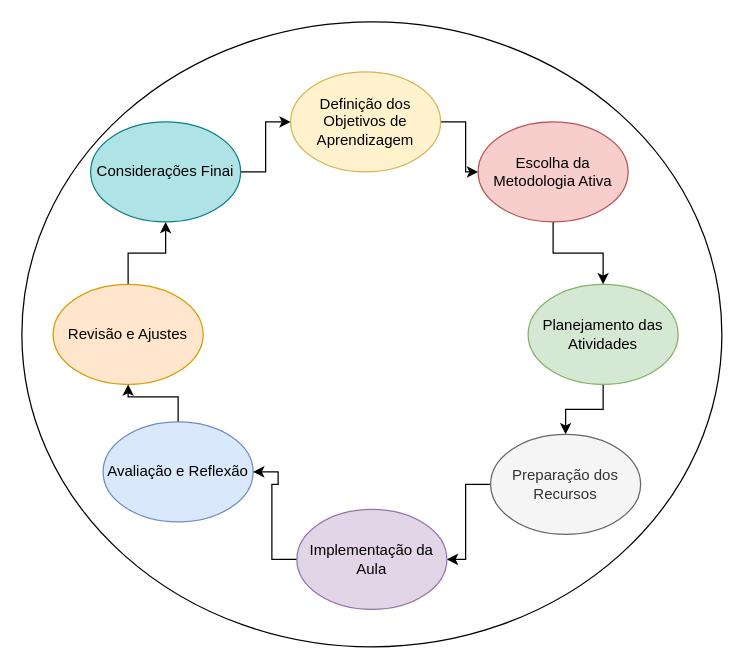
Above: etapas do plano de aula.drawio in RosianeSangali/RosianeSangali (draw.io), before the change. Source tidied: cells renumbered, new cells numbered last; positions are measured from the earlier drawing's top-left corner, leaving out a move shared by most shapes. Both pictures are drawn from the tidied source at 125%, with x=0, y=0 at pixel (21, 21).
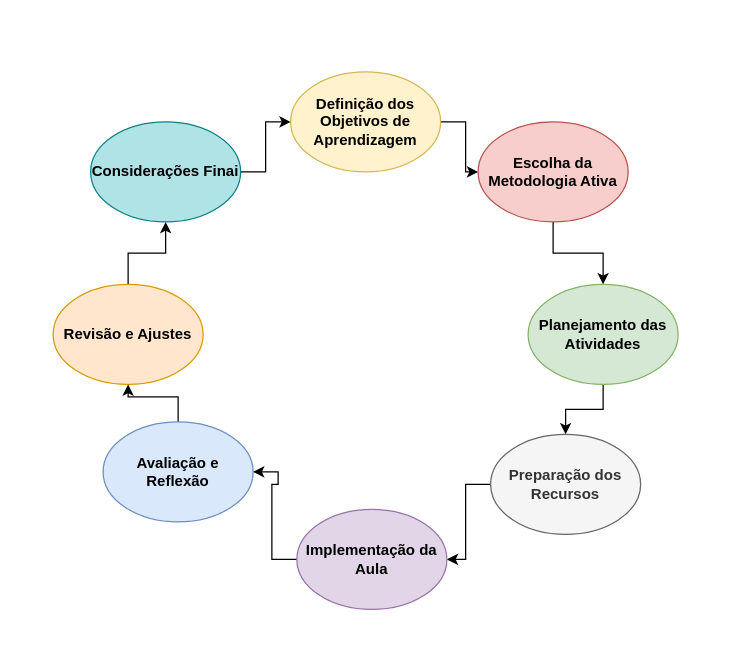
Above is the later version.

What changed in the source:
```diff
@@
 <mxGraphModel>
   <root>
     <mxCell id="0" />
     <mxCell id="1" parent="0" />
-    <mxCell id="2" style="ellipse;whiteSpace=wrap;html=1;" parent="1" vertex="1">
-      <mxGeometry width="560" height="500" as="geometry" />
-    </mxCell>
     <mxCell id="3" style="edgeStyle=orthogonalEdgeStyle;rounded=0;jettySize=auto;html=1;" parent="1" edge="1" source="4" target="8">
       <mxGeometry relative="1" as="geometry" />
     </mxCell>
-    <mxCell id="4" value="Definição dos Objetivos de Aprendizagem" style="ellipse;whiteSpace=wrap;html=1;fillColor=#fff2cc;strokeColor=#d6b656;" parent="1" vertex="1">
+    <mxCell id="4" value="&lt;b&gt;Definição dos Objetivos de Aprendizagem&lt;/b&gt;" style="ellipse;whiteSpace=wrap;html=1;fillColor=#fff2cc;strokeColor=#d6b656;" parent="1" vertex="1">
       <mxGeometry x="215" y="40" width="120" height="80" as="geometry" />
     </mxCell>
     <mxCell id="5" style="edgeStyle=orthogonalEdgeStyle;rounded=0;jettySize=auto;html=1;" parent="1" edge="1" source="6" target="12">
       <mxGeometry relative="1" as="geometry" />
     </mxCell>
-    <mxCell id="6" value="Planejamento das Atividades" style="ellipse;whiteSpace=wrap;html=1;fillColor=#d5e8d4;strokeColor=#82b366;" parent="1" vertex="1">
+    <mxCell id="6" value="&lt;b&gt;Planejamento das Atividades&lt;/b&gt;" style="ellipse;whiteSpace=wrap;html=1;fillColor=#d5e8d4;strokeColor=#82b366;" parent="1" vertex="1">
       <mxGeometry x="405" y="210" width="120" height="80" as="geometry" />
     </mxCell>
     <mxCell id="7" style="edgeStyle=orthogonalEdgeStyle;rounded=0;jettySize=auto;html=1;" parent="1" edge="1" source="8" target="6">
       <mxGeometry relative="1" as="geometry" />
     </mxCell>
-    <mxCell id="8" value="Escolha da Metodologia Ativa" style="ellipse;whiteSpace=wrap;html=1;fillColor=#f8cecc;strokeColor=#b85450;" parent="1" vertex="1">
+    <mxCell id="8" value="&lt;b&gt;Escolha da Metodologia Ativa&lt;/b&gt;" style="ellipse;whiteSpace=wrap;html=1;fillColor=#f8cecc;strokeColor=#b85450;" parent="1" vertex="1">
       <mxGeometry x="365" y="80" width="120" height="80" as="geometry" />
     </mxCell>
     <mxCell id="9" style="edgeStyle=orthogonalEdgeStyle;rounded=0;jettySize=auto;html=1;" parent="1" edge="1" source="10" target="4">
       <mxGeometry relative="1" as="geometry" />
     </mxCell>
-    <mxCell id="10" value="Considerações Finai" style="ellipse;whiteSpace=wrap;html=1;fillColor=#b0e3e6;strokeColor=#0e8088;" parent="1" vertex="1">
+    <mxCell id="10" value="&lt;b&gt;Considerações Finai&lt;/b&gt;" style="ellipse;whiteSpace=wrap;html=1;fillColor=#b0e3e6;strokeColor=#0e8088;" parent="1" vertex="1">
       <mxGeometry x="55" y="80" width="120" height="80" as="geometry" />
     </mxCell>
     <mxCell id="11" style="edgeStyle=orthogonalEdgeStyle;rounded=0;jettySize=auto;html=1;" parent="1" edge="1" source="12" target="18">
       <mxGeometry relative="1" as="geometry" />
     </mxCell>
-    <mxCell id="12" value="Preparação dos Recursos" style="ellipse;whiteSpace=wrap;html=1;fillColor=#f5f5f5;fontColor=#333333;strokeColor=#666666;" parent="1" vertex="1">
+    <mxCell id="12" value="&lt;b&gt;Preparação dos Recursos&lt;/b&gt;" style="ellipse;whiteSpace=wrap;html=1;fillColor=#f5f5f5;fontColor=#333333;strokeColor=#666666;" parent="1" vertex="1">
       <mxGeometry x="375" y="330" width="120" height="80" as="geometry" />
     </mxCell>
     <mxCell id="13" style="edgeStyle=orthogonalEdgeStyle;rounded=0;jettySize=auto;html=1;" parent="1" edge="1" source="14" target="10">
       <mxGeometry relative="1" as="geometry" />
     </mxCell>
-    <mxCell id="14" value="Revisão e Ajustes" style="ellipse;whiteSpace=wrap;html=1;fillColor=#ffe6cc;strokeColor=#d79b00;" parent="1" vertex="1">
+    <mxCell id="14" value="&lt;b&gt;Revisão e Ajustes&lt;/b&gt;" style="ellipse;whiteSpace=wrap;html=1;fillColor=#ffe6cc;strokeColor=#d79b00;" parent="1" vertex="1">
       <mxGeometry x="25" y="210" width="120" height="80" as="geometry" />
     </mxCell>
     <mxCell id="15" style="edgeStyle=orthogonalEdgeStyle;rounded=0;jettySize=auto;html=1;" parent="1" edge="1" source="16" target="14">
       <mxGeometry relative="1" as="geometry" />
     </mxCell>
-    <mxCell id="16" value="Avaliação e Reflexão" style="ellipse;whiteSpace=wrap;html=1;fillColor=#dae8fc;strokeColor=#6c8ebf;" parent="1" vertex="1">
+    <mxCell id="16" value="&lt;b&gt;Avaliação e Reflexão&lt;/b&gt;" style="ellipse;whiteSpace=wrap;html=1;fillColor=#dae8fc;strokeColor=#6c8ebf;" parent="1" vertex="1">
       <mxGeometry x="65" y="320" width="120" height="80" as="geometry" />
     </mxCell>
     <mxCell id="17" style="edgeStyle=orthogonalEdgeStyle;rounded=0;jettySize=auto;html=1;" parent="1" edge="1" source="18" target="16">
       <mxGeometry relative="1" as="geometry" />
     </mxCell>
-    <mxCell id="18" value="Implementação da Aula" style="ellipse;whiteSpace=wrap;html=1;fillColor=#e1d5e7;strokeColor=#9673a6;" parent="1" vertex="1">
+    <mxCell id="18" value="&lt;b&gt;Implementação da Aula&lt;/b&gt;" style="ellipse;whiteSpace=wrap;html=1;fillColor=#e1d5e7;strokeColor=#9673a6;" parent="1" vertex="1">
       <mxGeometry x="220" y="390" width="120" height="80" as="geometry" />
     </mxCell>
   </root>
 </mxGraphModel>
```
